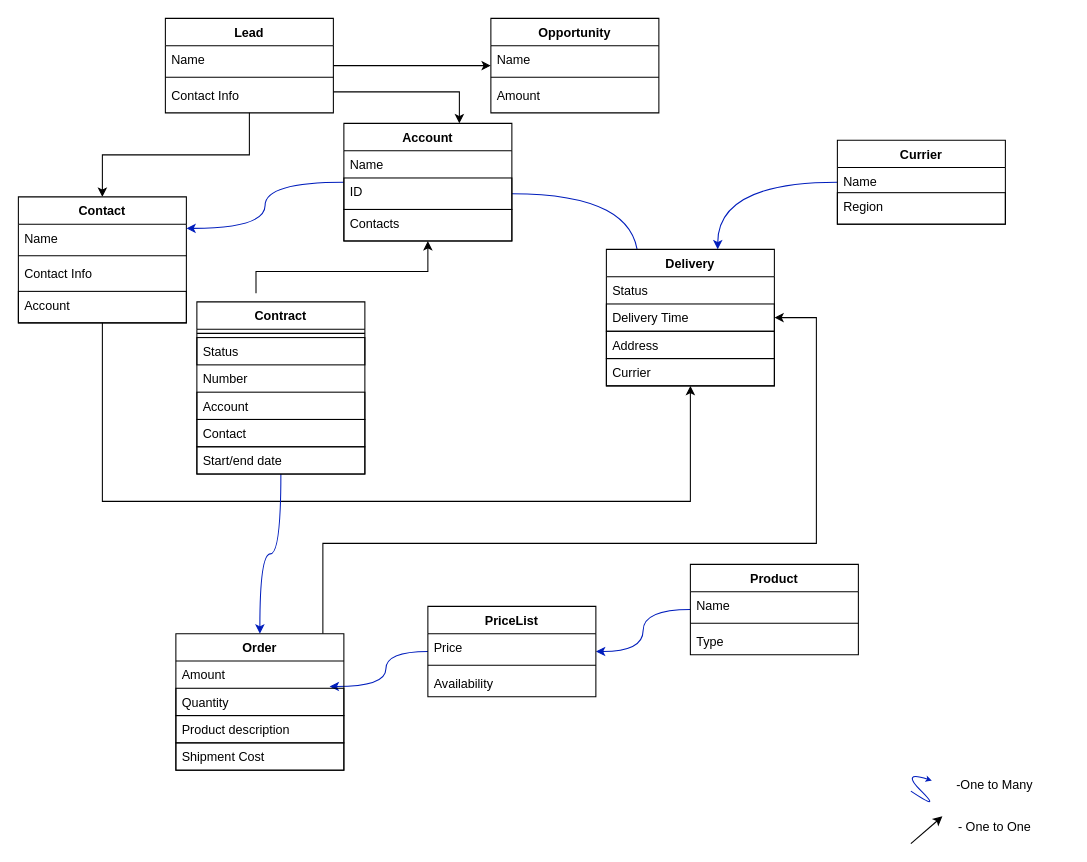
This is Untitled Diagram.drawio from lazesergiu04/Project_DA_Java_EN_Testing, a draw.io file, before an edit. Source tidied: cells renumbered, new cells numbered last; positions are measured from the earlier drawing's top-left corner, leaving out a move shared by most shapes. Both pictures are drawn from the tidied source at 105%, with x=0, y=0 at pixel (18, 18).
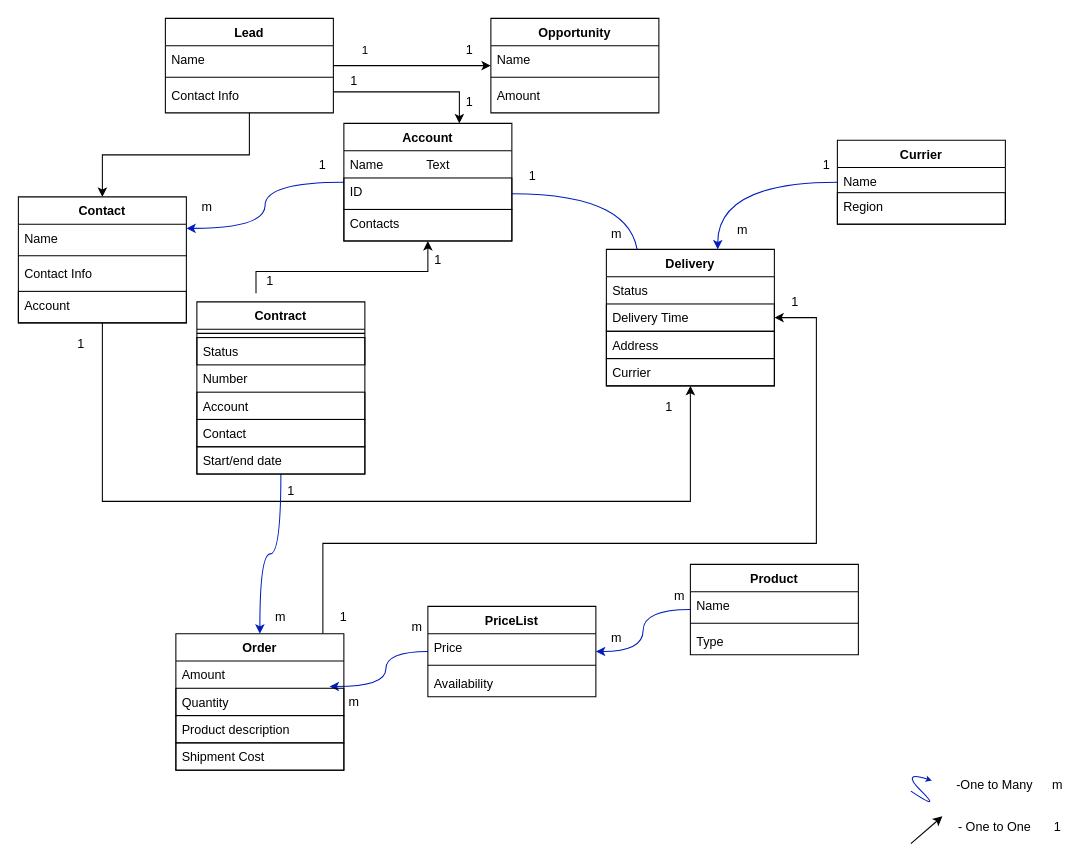
The same diagram, later.

Commit message:
Object UML updated

Unchanged cells that the change refers to:
```xml
<mxCell id="8" value="Lead&#10;&#10;&#10;&#10;&#10;&#10;&#10;" style="swimlane;fontStyle=1;align=center;verticalAlign=top;horizontal=1;startSize=26;flipH=0;flipV=0;sketch=0;shadow=0;" parent="1" vertex="1">
  <mxGeometry x="140" width="160" height="90" as="geometry" />
</mxCell>
<mxCell id="29" value="Opportunity" style="swimlane;fontStyle=1;align=center;verticalAlign=top;horizontal=1;startSize=26;flipH=0;flipV=0;sketch=0;shadow=0;" parent="1" vertex="1">
  <mxGeometry x="450" width="160" height="90" as="geometry" />
</mxCell>
```

Change to the diagram source:
```diff
@@
-    <mxCell id="4" style="edgeStyle=orthogonalEdgeStyle;rounded=0;jettySize=auto;html=1;sketch=0;shadow=0;" parent="1" edge="1" source="8" target="29">
-      <mxGeometry relative="1" as="geometry" />
+    <mxCell id="4" value="1" style="edgeStyle=orthogonalEdgeStyle;rounded=0;jettySize=auto;html=1;sketch=0;shadow=0;" parent="1" edge="1" source="8" target="29">
+      <mxGeometry x="-0.47" y="18" relative="1" as="geometry">
+        <Array as="points">
+          <mxPoint x="340" y="45" />
+          <mxPoint x="340" y="45" />
+        </Array>
+        <mxPoint x="-10" y="3" as="offset" />
+      </mxGeometry>
     </mxCell>
@@
+    <mxCell id="63" value="Text" style="text;html=1;strokeColor=none;fillColor=none;align=center;verticalAlign=middle;whiteSpace=wrap;rounded=0;" parent="1" vertex="1">
+      <mxGeometry x="380" y="130" width="40" height="20" as="geometry" />
+    </mxCell>
+    <mxCell id="64" value="m" style="text;html=1;strokeColor=none;fillColor=none;align=center;verticalAlign=middle;whiteSpace=wrap;rounded=0;" parent="1" vertex="1">
+      <mxGeometry x="170" y="170" width="20" height="20" as="geometry" />
+    </mxCell>
+    <mxCell id="65" value="1" style="text;html=1;strokeColor=none;fillColor=none;align=center;verticalAlign=middle;whiteSpace=wrap;rounded=0;" parent="1" vertex="1">
+      <mxGeometry x="280" y="130" width="20" height="20" as="geometry" />
+    </mxCell>
+    <mxCell id="66" value="m" style="text;html=1;strokeColor=none;fillColor=none;align=center;verticalAlign=middle;whiteSpace=wrap;rounded=0;" parent="1" vertex="1">
+      <mxGeometry x="240" y="560" width="20" height="20" as="geometry" />
+    </mxCell>
+    <mxCell id="67" value="1" style="text;html=1;strokeColor=none;fillColor=none;align=center;verticalAlign=middle;whiteSpace=wrap;rounded=0;" parent="1" vertex="1">
+      <mxGeometry x="250" y="440" width="20" height="20" as="geometry" />
+    </mxCell>
+    <mxCell id="68" value="1" style="text;html=1;strokeColor=none;fillColor=none;align=center;verticalAlign=middle;whiteSpace=wrap;rounded=0;" parent="1" vertex="1">
+      <mxGeometry x="390" y="220" width="20" height="20" as="geometry" />
+    </mxCell>
+    <mxCell id="69" value="1" style="text;html=1;strokeColor=none;fillColor=none;align=center;verticalAlign=middle;whiteSpace=wrap;rounded=0;" parent="1" vertex="1">
+      <mxGeometry x="230" y="240" width="20" height="20" as="geometry" />
+    </mxCell>
+    <mxCell id="70" value="1" style="text;html=1;strokeColor=none;fillColor=none;align=center;verticalAlign=middle;whiteSpace=wrap;rounded=0;" parent="1" vertex="1">
+      <mxGeometry x="420" y="20" width="20" height="20" as="geometry" />
+    </mxCell>
+    <mxCell id="71" value="1" style="text;html=1;strokeColor=none;fillColor=none;align=center;verticalAlign=middle;whiteSpace=wrap;rounded=0;" parent="1" vertex="1">
+      <mxGeometry x="480" y="140" width="20" height="20" as="geometry" />
+    </mxCell>
+    <mxCell id="72" value="1" style="text;html=1;strokeColor=none;fillColor=none;align=center;verticalAlign=middle;whiteSpace=wrap;rounded=0;" parent="1" vertex="1">
+      <mxGeometry x="300" y="560" width="20" height="20" as="geometry" />
+    </mxCell>
+    <mxCell id="73" value="1" style="text;html=1;strokeColor=none;fillColor=none;align=center;verticalAlign=middle;whiteSpace=wrap;rounded=0;" parent="1" vertex="1">
+      <mxGeometry x="730" y="260" width="20" height="20" as="geometry" />
+    </mxCell>
+    <mxCell id="74" value="1" style="text;html=1;strokeColor=none;fillColor=none;align=center;verticalAlign=middle;whiteSpace=wrap;rounded=0;" parent="1" vertex="1">
+      <mxGeometry x="50" y="300" width="20" height="20" as="geometry" />
+    </mxCell>
+    <mxCell id="75" value="1" style="text;html=1;strokeColor=none;fillColor=none;align=center;verticalAlign=middle;whiteSpace=wrap;rounded=0;" parent="1" vertex="1">
+      <mxGeometry x="610" y="360" width="20" height="20" as="geometry" />
+    </mxCell>
+    <mxCell id="76" value="m" style="text;html=1;strokeColor=none;fillColor=none;align=center;verticalAlign=middle;whiteSpace=wrap;rounded=0;" parent="1" vertex="1">
+      <mxGeometry x="620" y="540" width="20" height="20" as="geometry" />
+    </mxCell>
+    <mxCell id="77" value="m" style="text;html=1;strokeColor=none;fillColor=none;align=center;verticalAlign=middle;whiteSpace=wrap;rounded=0;" parent="1" vertex="1">
+      <mxGeometry x="560" y="580" width="20" height="20" as="geometry" />
+    </mxCell>
+    <mxCell id="78" value="m" style="text;html=1;strokeColor=none;fillColor=none;align=center;verticalAlign=middle;whiteSpace=wrap;rounded=0;" parent="1" vertex="1">
+      <mxGeometry x="370" y="570" width="20" height="20" as="geometry" />
+    </mxCell>
+    <mxCell id="79" value="m" style="text;html=1;strokeColor=none;fillColor=none;align=center;verticalAlign=middle;whiteSpace=wrap;rounded=0;" parent="1" vertex="1">
+      <mxGeometry x="310" y="641" width="20" height="20" as="geometry" />
+    </mxCell>
+    <mxCell id="80" value="1" style="text;html=1;strokeColor=none;fillColor=none;align=center;verticalAlign=middle;whiteSpace=wrap;rounded=0;" parent="1" vertex="1">
+      <mxGeometry x="760" y="130" width="20" height="20" as="geometry" />
+    </mxCell>
+    <mxCell id="81" value="m" style="text;html=1;strokeColor=none;fillColor=none;align=center;verticalAlign=middle;whiteSpace=wrap;rounded=0;" parent="1" vertex="1">
+      <mxGeometry x="680" y="192" width="20" height="20" as="geometry" />
+    </mxCell>
+    <mxCell id="82" value="m" style="text;html=1;strokeColor=none;fillColor=none;align=center;verticalAlign=middle;whiteSpace=wrap;rounded=0;" parent="1" vertex="1">
+      <mxGeometry x="555" y="196" width="30" height="20" as="geometry" />
+    </mxCell>
+    <mxCell id="83" value="m" style="text;html=1;strokeColor=none;fillColor=none;align=center;verticalAlign=middle;whiteSpace=wrap;rounded=0;" parent="1" vertex="1">
+      <mxGeometry x="980" y="720" width="20" height="20" as="geometry" />
+    </mxCell>
+    <mxCell id="84" value="1" style="text;html=1;strokeColor=none;fillColor=none;align=center;verticalAlign=middle;whiteSpace=wrap;rounded=0;" parent="1" vertex="1">
+      <mxGeometry x="980" y="760" width="20" height="20" as="geometry" />
+    </mxCell>
+    <mxCell id="85" value="1" style="text;html=1;strokeColor=none;fillColor=none;align=center;verticalAlign=middle;whiteSpace=wrap;rounded=0;" parent="1" vertex="1">
+      <mxGeometry x="310" y="50" width="20" height="20" as="geometry" />
+    </mxCell>
+    <mxCell id="86" value="1" style="text;html=1;strokeColor=none;fillColor=none;align=center;verticalAlign=middle;whiteSpace=wrap;rounded=0;" parent="1" vertex="1">
+      <mxGeometry x="420" y="70" width="20" height="20" as="geometry" />
+    </mxCell>
```
